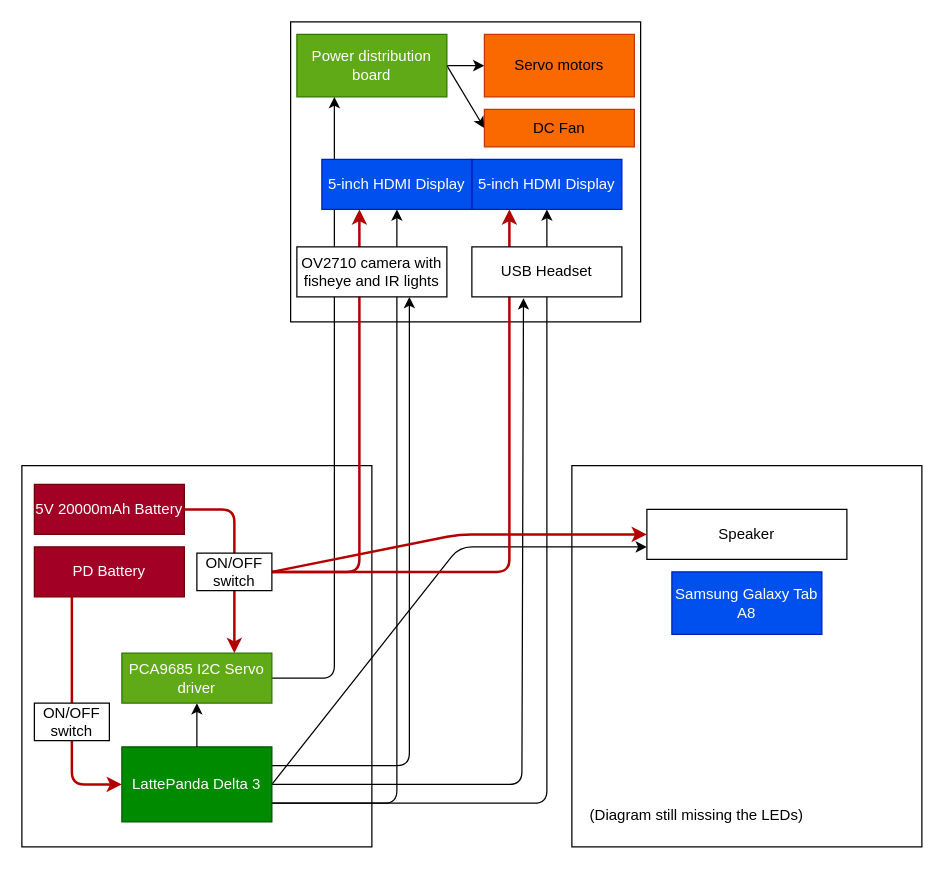
This is Hardware.drawio from MekhyW/DYNAMO-Electronic_Fursuit-2.0, a draw.io file, before an edit. Source tidied: cells renumbered, new cells numbered last; positions are measured from the earlier drawing's top-left corner, leaving out a move shared by most shapes. Both pictures are drawn from the tidied source at 125%, with x=0, y=0 at pixel (21, 21).
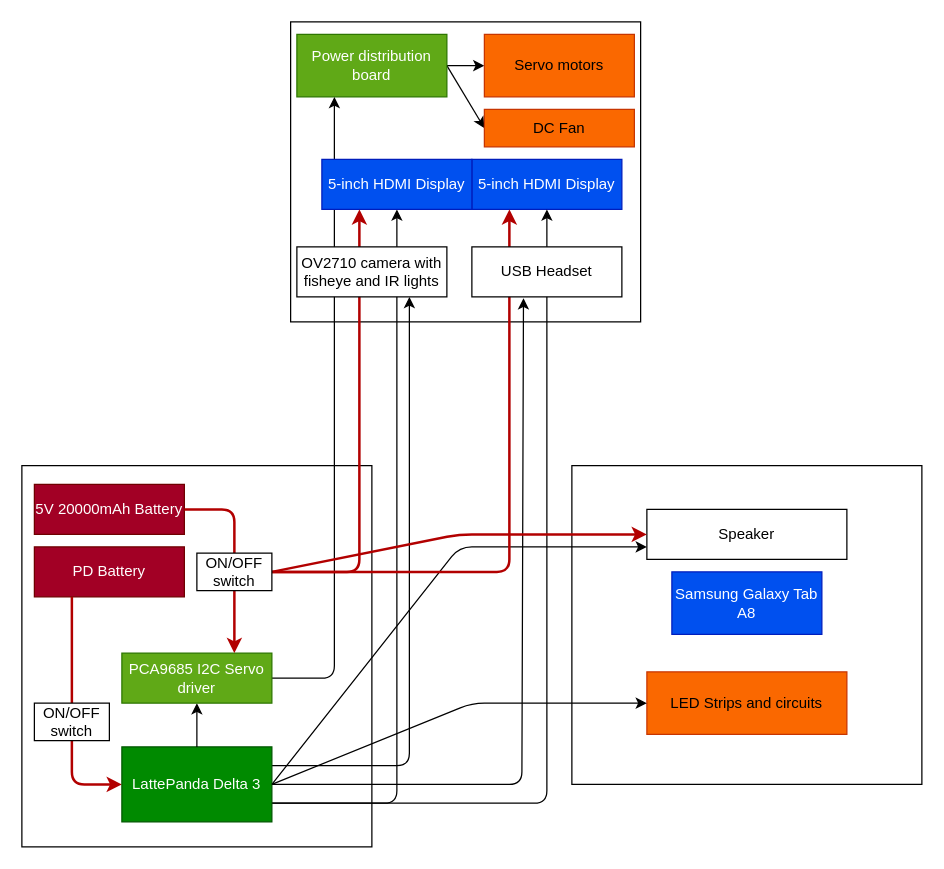
After the change.

Unchanged cells that the change refers to:
```xml
<mxCell id="18" value="LattePanda Delta 3" style="rounded=0;whiteSpace=wrap;html=1;fillColor=#008a00;fontColor=#ffffff;strokeColor=#005700;" parent="1" vertex="1">
  <mxGeometry x="80" y="580" width="120" height="60" as="geometry" />
</mxCell>
```

Change to the diagram source:
```diff
@@
     <mxCell id="9" style="rounded=0;whiteSpace=wrap;html=1;" parent="1" vertex="1">
-      <mxGeometry x="440" y="355" width="280" height="305" as="geometry" />
+      <mxGeometry x="440" y="355" width="280" height="255" as="geometry" />
     </mxCell>
@@
-    <mxCell id="34" value="(Diagram still missing the LEDs)" style="text;html=1;strokeColor=none;fillColor=none;align=center;verticalAlign=middle;whiteSpace=wrap;rounded=0;" parent="1" vertex="1">
-      <mxGeometry x="450" y="620" width="180" height="30" as="geometry" />
-    </mxCell>
@@
+    <mxCell id="37" value="LED Strips and circuits" style="rounded=0;whiteSpace=wrap;html=1;fillColor=#fa6800;fontColor=#000000;strokeColor=#C73500;" parent="1" vertex="1">
+      <mxGeometry x="500" y="520" width="160" height="50" as="geometry" />
+    </mxCell>
+    <mxCell id="38" style="edgeStyle=none;html=1;exitX=1;exitY=0.5;exitDx=0;exitDy=0;entryX=0;entryY=0.5;entryDx=0;entryDy=0;" parent="1" edge="1" source="18" target="37">
+      <mxGeometry relative="1" as="geometry">
+        <Array as="points">
+          <mxPoint x="360" y="545" />
+        </Array>
+      </mxGeometry>
+    </mxCell>
```
